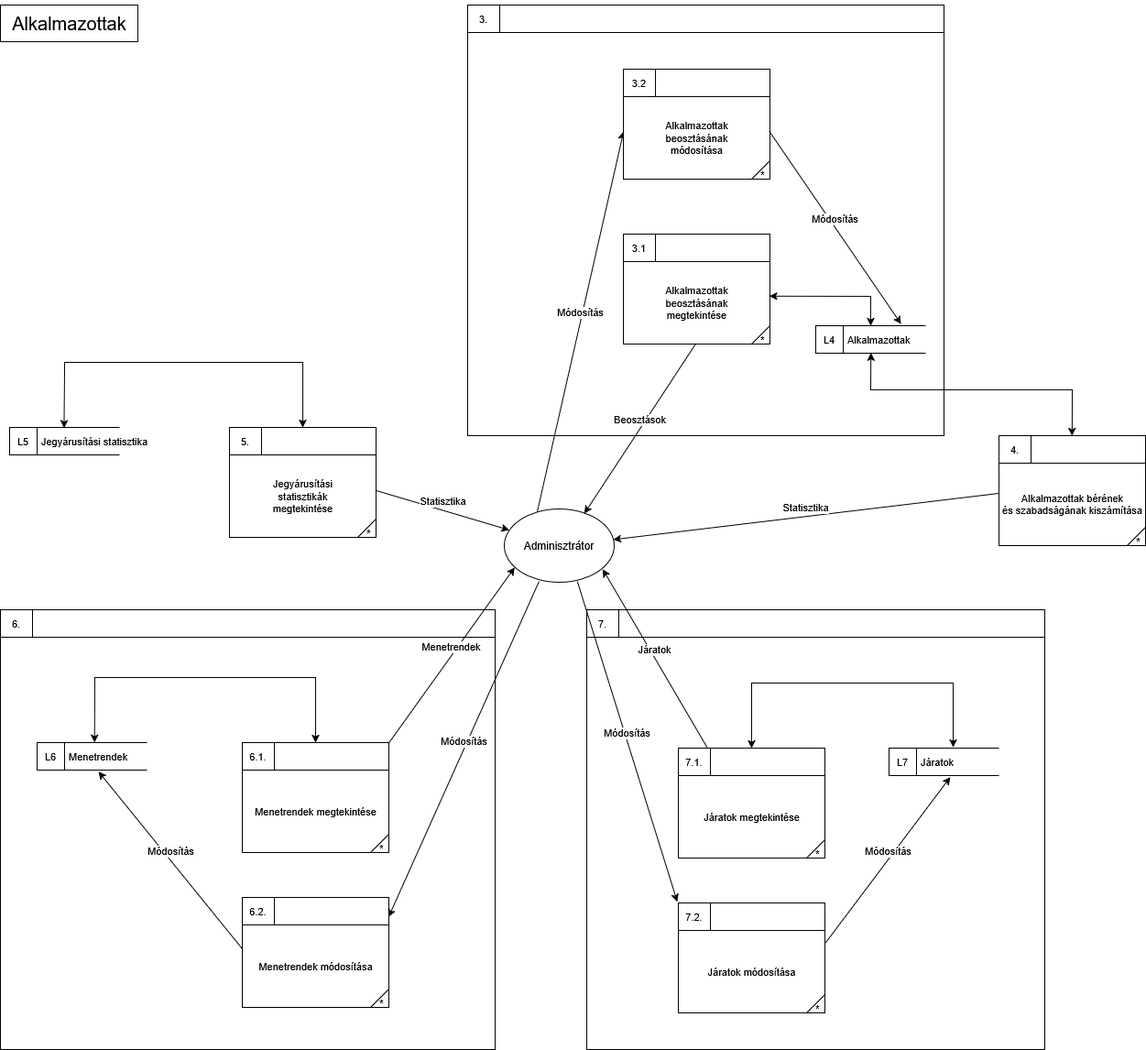
Earlier version of the draw.io export docs/documentation/dfd/vasut_admin_log2.png (jan-katosa/vasut_projekt). Source tidied: cells renumbered, new cells last; positions are measured from the earlier drawing's top-left corner, leaving out a move shared by most shapes.
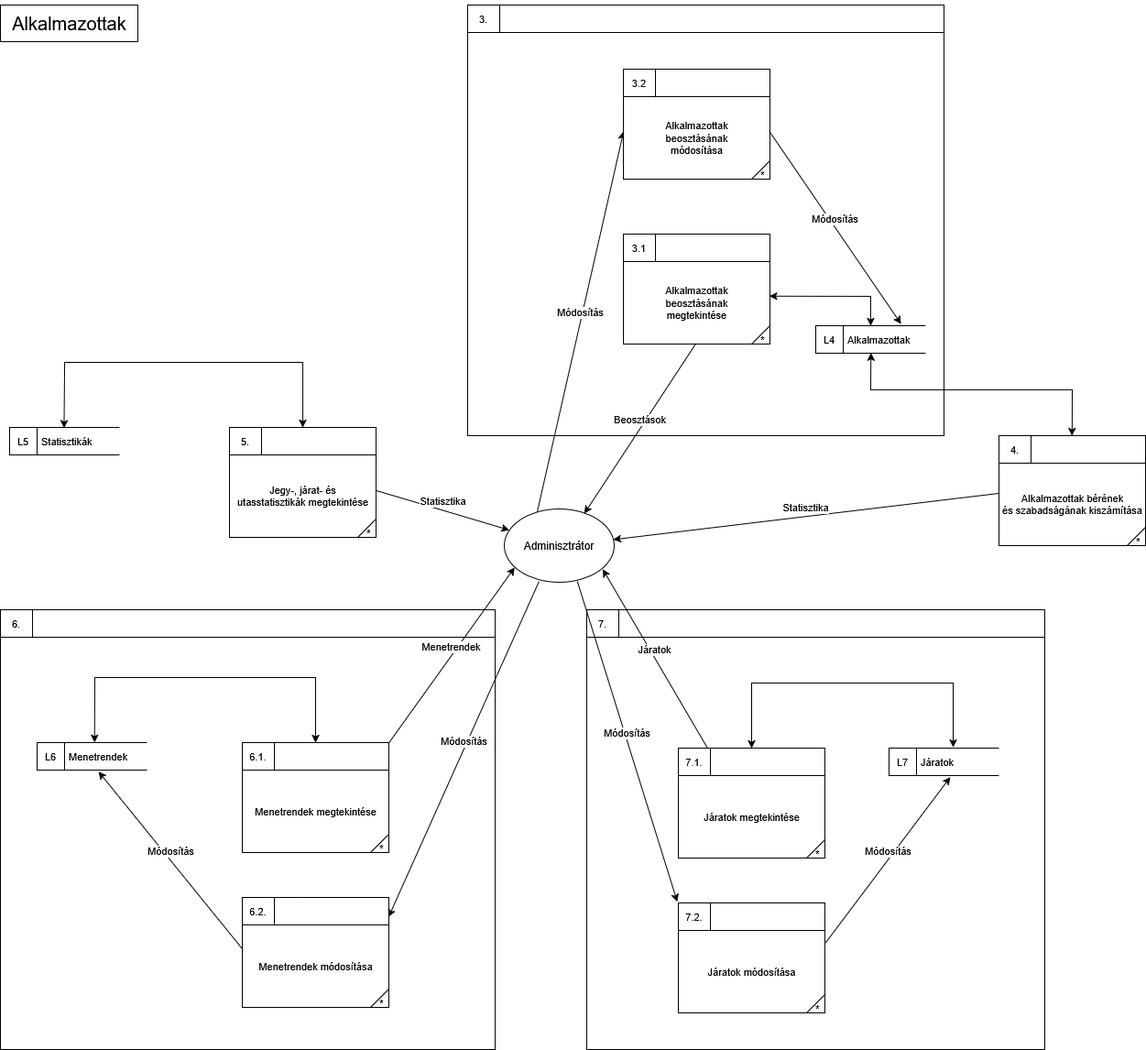
Above is the later version.

Change to the diagram source:
```diff
@@ -38,13 +38,13 @@
     <mxCell id="13" value="L4" style="text;html=1;strokeColor=none;fillColor=none;align=center;verticalAlign=middle;whiteSpace=wrap;rounded=0;fontSize=11;" parent="12" vertex="1">
       <mxGeometry width="30" height="30" as="geometry" />
     </mxCell>
-    <mxCell id="14" value="Jegyárusítási statisztika" style="html=1;dashed=0;whitespace=wrap;shape=mxgraph.dfd.dataStoreID;align=left;spacingLeft=33;strokeColor=default;fontSize=11;fillColor=default;" parent="1" vertex="1">
+    <mxCell id="14" value="Statisztikák" style="html=1;dashed=0;whitespace=wrap;shape=mxgraph.dfd.dataStoreID;align=left;spacingLeft=33;strokeColor=default;fontSize=11;fillColor=default;" parent="1" vertex="1">
       <mxGeometry x="10" y="466" width="120" height="30" as="geometry" />
     </mxCell>
     <mxCell id="15" value="L5" style="text;html=1;strokeColor=none;fillColor=none;align=center;verticalAlign=middle;whiteSpace=wrap;rounded=0;fontSize=11;" parent="14" vertex="1">
       <mxGeometry width="30" height="30" as="geometry" />
     </mxCell>
-    <mxCell id="16" value="Jegyárusítási&lt;br&gt;statisztikák&lt;br&gt;megtekintése" style="html=1;dashed=0;whitespace=wrap;shape=mxgraph.dfd.process;align=center;spacingTop=30;strokeColor=default;fontSize=11;fillColor=default;" parent="1" vertex="1">
+    <mxCell id="16" value="Jegy-, járat- és&lt;br&gt;utasstatisztikák megtekintése" style="html=1;dashed=0;whitespace=wrap;shape=mxgraph.dfd.process;align=center;spacingTop=30;strokeColor=default;fontSize=11;fillColor=default;" parent="1" vertex="1">
       <mxGeometry x="250" y="466" width="160" height="120" as="geometry" />
     </mxCell>
     <mxCell id="17" value="5." style="text;html=1;strokeColor=none;fillColor=none;align=center;verticalAlign=middle;whiteSpace=wrap;rounded=0;fontSize=11;" parent="16" vertex="1">
```
